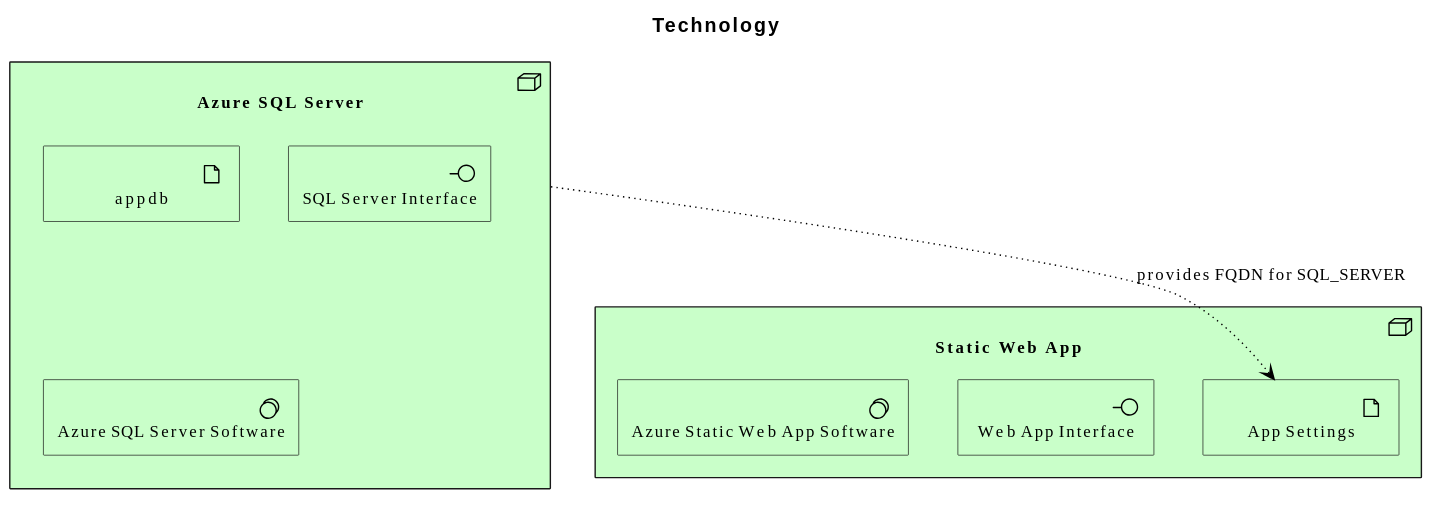
Earlier version of the PlantUML export diagrams/technology/overview.svg (wolffy-au/frictionless-sample-azure).
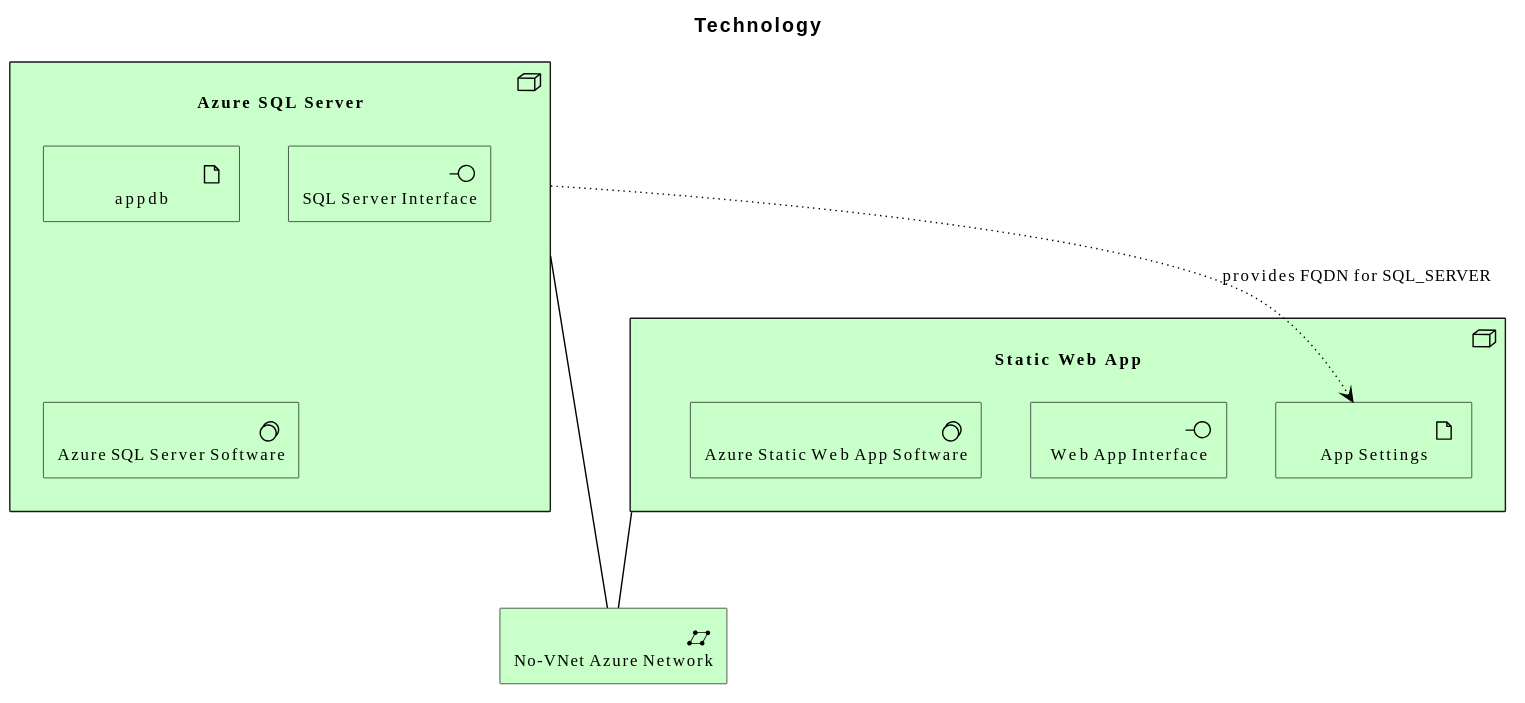
Above is the later version.

Commit message:
feat(architecture): model the no-VNet network shared by sample-azure's Static Web App and SQL Server

Diff of the diagram source:
```diff
@@ -13,6 +13,9 @@
   Technology_Interface(e_id76a7034dd9ab53, "SQL Server Interface")
   Technology_SystemSoftware(e_id30920e0c9a155d, "Azure SQL Server Software")
 }
+Technology_CommunicationNetwork(e_id5deb57760c7b5f, "No-VNet Azure Network")
 
 Rel_Access_w(e_idd447595fb73a5f, e_id1ee4629338065d, "provides FQDN for SQL_SERVER")
+Rel_Association(e_id3db5d26be8ff56, e_id5deb57760c7b5f, "")
+Rel_Association(e_idd447595fb73a5f, e_id5deb57760c7b5f, "")
 @enduml
```
